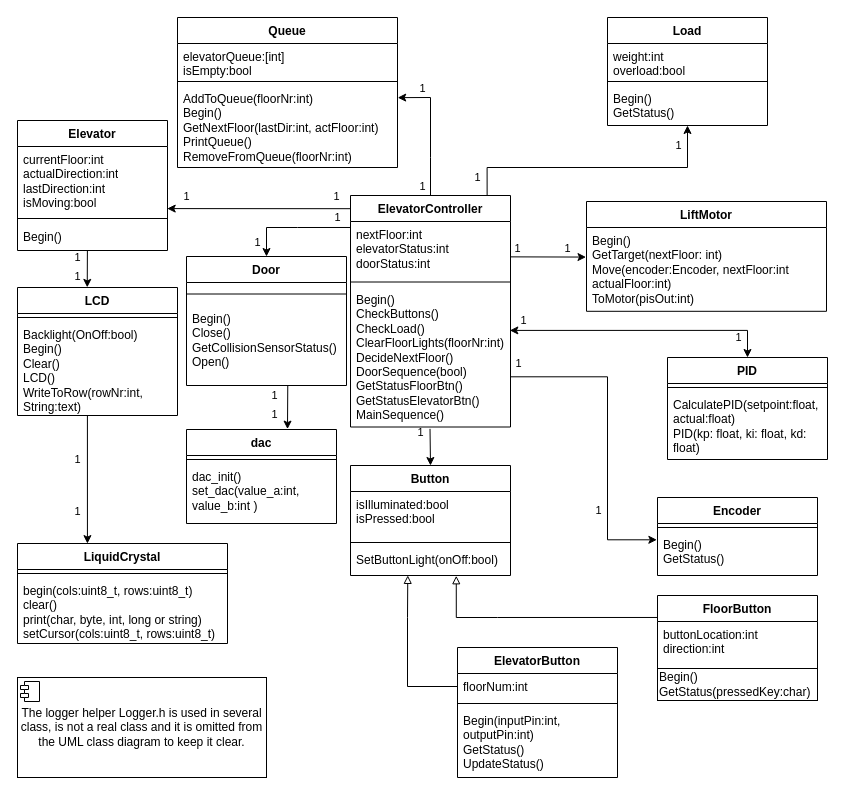
This is Documents/UMLDiagramElevator.drawio from johannesKringlen/MAS246_Project, a draw.io file, before an edit. Source tidied: cells renumbered, new cells numbered last; positions are measured from the earlier drawing's top-left corner, leaving out a move shared by most shapes. Both pictures are drawn from the tidied source at 100%, with x=0, y=0 at pixel (17, 17).
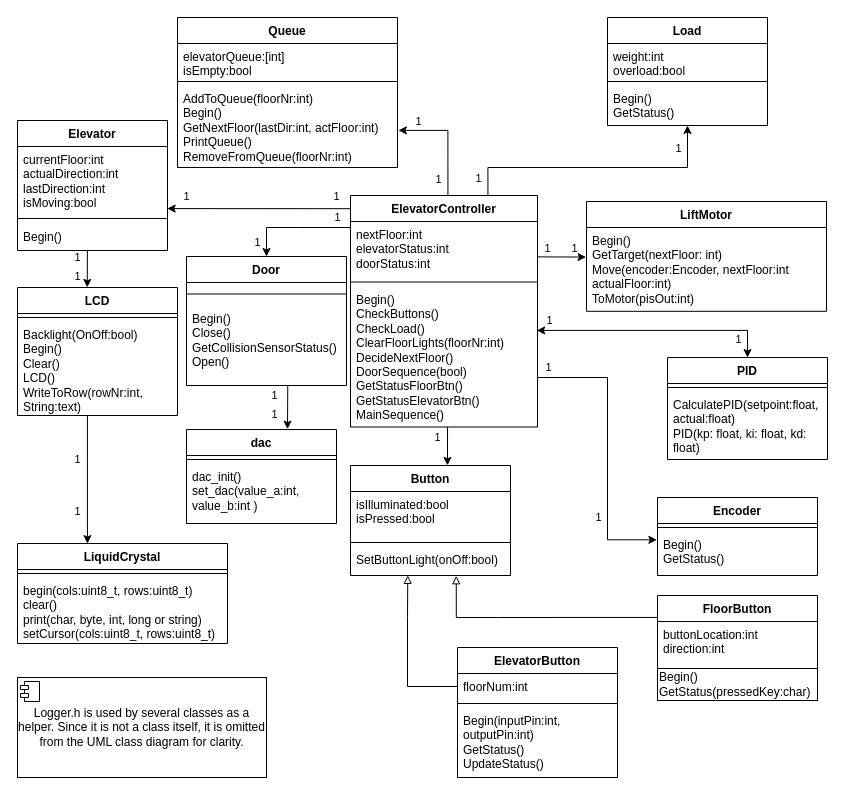
The same diagram, later.

The change refers to these unchanged cells:
```xml
<mxCell id="10" value="Button" style="swimlane;fontStyle=1;align=center;verticalAlign=top;horizontal=1;startSize=26;whiteSpace=wrap;html=1;" parent="1" vertex="1">
  <mxGeometry x="333" y="448" width="160" height="110" as="geometry" />
</mxCell>
<mxCell id="18" style="edgeStyle=none;rounded=0;jettySize=auto;html=1;entryX=0.998;entryY=0.626;entryDx=0;entryDy=0;endArrow=none;endFill=0;entryPerimeter=0;exitX=-0.002;exitY=0.353;exitDx=0;exitDy=0;exitPerimeter=0;startArrow=classic;startFill=1;" parent="1" edge="1" source="17" target="5">
  <mxGeometry relative="1" as="geometry" />
</mxCell>
<mxCell id="27" value="&lt;div&gt;&lt;span style=&quot;background-color: transparent; color: light-dark(#000000, var(--ge-light-color, #ffffff));&quot;&gt;Add&lt;/span&gt;&lt;span style=&quot;background-color: transparent; color: light-dark(rgb(0, 0, 0), rgb(255, 255, 255));&quot;&gt;ToQueue&lt;/span&gt;&lt;span style=&quot;background-color: transparent; color: light-dark(rgb(0, 0, 0), rgb(255, 255, 255));&quot;&gt;(floorNr:int)&lt;/span&gt;&lt;/div&gt;&lt;div&gt;Begin()&lt;/div&gt;GetNextFloor(lastDir:int, actFloor:int)&lt;div&gt;&lt;span style=&quot;background-color: transparent; color: light-dark(#000000, var(--ge-light-color, #ffffff));&quot;&gt;PrintQueue()&lt;/span&gt;&lt;/div&gt;&lt;div&gt;RemoveFrom&lt;span style=&quot;background-color: transparent; color: light-dark(rgb(0, 0, 0), rgb(255, 255, 255));&quot;&gt;Queue&lt;/span&gt;&lt;span style=&quot;background-color: transparent; color: light-dark(rgb(0, 0, 0), rgb(255, 255, 255));&quot;&gt;(&lt;/span&gt;&lt;span style=&quot;background-color: transparent; color: light-dark(#000000, var(--ge-light-color, #ffffff));&quot;&gt;floorNr:int&lt;/span&gt;&lt;span style=&quot;background-color: transparent; color: light-dark(rgb(0, 0, 0), rgb(255, 255, 255));&quot;&gt;)&lt;/span&gt;&lt;/div&gt;&lt;div&gt;&lt;br&gt;&lt;/div&gt;" style="text;strokeColor=none;fillColor=none;align=left;verticalAlign=top;spacingLeft=4;spacingRight=4;overflow=hidden;points=[[0,0.5],[1,0.5]];portConstraint=eastwest;whiteSpace=wrap;html=1;" parent="24" vertex="1">
  <mxGeometry y="68" width="220" height="82" as="geometry" />
</mxCell>
<mxCell id="36" value="Begin()&lt;div&gt;&lt;div&gt;GetStatus()&lt;/div&gt;&lt;/div&gt;" style="text;strokeColor=none;fillColor=none;align=left;verticalAlign=top;spacingLeft=4;spacingRight=4;overflow=hidden;points=[[0,0.5],[1,0.5]];portConstraint=eastwest;whiteSpace=wrap;html=1;" parent="34" vertex="1">
  <mxGeometry y="34" width="160" height="44" as="geometry" />
</mxCell>
<mxCell id="48" value="Load" style="swimlane;fontStyle=1;align=center;verticalAlign=top;horizontal=1;startSize=26;whiteSpace=wrap;html=1;" parent="1" vertex="1">
  <mxGeometry x="590" width="160" height="108" as="geometry" />
</mxCell>
```

Change to the diagram source:
```diff
@@
-    <mxCell id="2" value="1" style="edgeStyle=none;rounded=0;jettySize=auto;html=1;exitX=0.497;exitY=1.013;exitDx=0;exitDy=0;endArrow=classic;endFill=1;entryX=0.5;entryY=0;entryDx=0;entryDy=0;exitPerimeter=0;startArrow=none;startFill=0;" parent="1" edge="1" source="7" target="10">
-      <mxGeometry x="-0.78" y="-10" relative="1" as="geometry" />
+    <mxCell id="2" value="1" style="edgeStyle=none;rounded=0;jettySize=auto;html=1;exitX=0.519;exitY=1;exitDx=0;exitDy=0;endArrow=classic;endFill=1;entryX=0.606;entryY=-0.001;entryDx=0;entryDy=0;exitPerimeter=0;startArrow=none;startFill=0;entryPerimeter=0;" parent="1" edge="1" source="7" target="10">
+      <mxGeometry x="-0.45" y="-10" relative="1" as="geometry" />
     </mxCell>
@@
     <mxCell id="4" value="ElevatorController" style="swimlane;fontStyle=1;align=center;verticalAlign=top;horizontal=1;startSize=26;whiteSpace=wrap;html=1;" parent="1" vertex="1">
-      <mxGeometry x="333" y="178" width="160" height="231.5" as="geometry" />
+      <mxGeometry x="333" y="178" width="187" height="231.5" as="geometry" />
     </mxCell>
     <mxCell id="5" value="nextFloor:int&lt;div&gt;elevatorStatus:int&lt;/div&gt;&lt;div&gt;doorStatus:int&lt;/div&gt;" style="text;strokeColor=none;fillColor=none;align=left;verticalAlign=top;spacingLeft=4;spacingRight=4;overflow=hidden;points=[[0,0.5],[1,0.5]];portConstraint=eastwest;whiteSpace=wrap;html=1;" parent="4" vertex="1">
-      <mxGeometry y="26" width="160" height="56.5" as="geometry" />
+      <mxGeometry y="26" width="187" height="56.5" as="geometry" />
     </mxCell>
     <mxCell id="6" style="line;strokeWidth=1;fillColor=none;align=left;verticalAlign=middle;spacingTop=-1;spacingLeft=3;spacingRight=3;labelPosition=right;strokeColor=inherit;" parent="4" vertex="1">
-      <mxGeometry y="82.5" width="160" height="8" as="geometry" />
+      <mxGeometry y="82.5" width="187" height="8" as="geometry" />
     </mxCell>
     <mxCell id="7" value="&lt;div&gt;Begin()&lt;/div&gt;&lt;div&gt;CheckButtons()&lt;/div&gt;&lt;div&gt;CheckLoad()&lt;/div&gt;&lt;div&gt;ClearFloorLights(floorNr:int)&lt;/div&gt;DecideNextFloor()&lt;div&gt;DoorSequence(bool)&lt;/div&gt;&lt;div&gt;GetStatusFloorBtn()&lt;/div&gt;&lt;div&gt;GetStatusElevatorBtn()&lt;/div&gt;&lt;div&gt;MainSequence()&lt;/div&gt;&lt;div&gt;&lt;br&gt;&lt;/div&gt;" style="text;strokeColor=none;fillColor=none;align=left;verticalAlign=top;spacingLeft=4;spacingRight=4;overflow=hidden;points=[[0,0.5],[1,0.5]];portConstraint=eastwest;whiteSpace=wrap;html=1;" parent="4" vertex="1">
-      <mxGeometry y="90.5" width="160" height="141" as="geometry" />
+      <mxGeometry y="90.5" width="187" height="141" as="geometry" />
     </mxCell>
@@
     <mxCell id="19" value="1" style="edgeLabel;html=1;align=center;verticalAlign=middle;inheritText=1;" parent="18" vertex="1">
       <mxGeometry x="0.5" y="1" relative="1" as="geometry">
-        <mxPoint x="-12" y="-10" as="offset" />
+        <mxPoint x="-2" y="-10" as="offset" />
       </mxGeometry>
     </mxCell>
@@
-    <mxCell id="28" style="edgeStyle=none;rounded=0;jettySize=auto;html=1;endArrow=classic;endFill=1;entryX=1.001;entryY=0.148;entryDx=0;entryDy=0;exitX=0.5;exitY=0;exitDx=0;exitDy=0;startArrow=none;startFill=0;entryPerimeter=0;" parent="1" edge="1" source="4" target="27">
-      <mxGeometry x="-0.11" relative="1" as="geometry">
-        <Array as="points">
-          <mxPoint x="413" y="140" />
-          <mxPoint x="413" y="80" />
-        </Array>
-      </mxGeometry>
-    </mxCell>
-    <mxCell id="29" value="1" style="edgeLabel;html=1;align=center;verticalAlign=middle;inheritText=1;" parent="28" vertex="1">
-      <mxGeometry x="-0.4" y="1" relative="1" as="geometry">
-        <mxPoint x="-8" y="29" as="offset" />
-      </mxGeometry>
-    </mxCell>
-    <mxCell id="30" value="1" style="edgeLabel;html=1;align=center;verticalAlign=middle;inheritText=1;" parent="28" vertex="1">
-      <mxGeometry x="0.56" relative="1" as="geometry">
-        <mxPoint x="-5" y="-10" as="offset" />
-      </mxGeometry>
-    </mxCell>
@@
-    <mxCell id="52" style="edgeStyle=orthogonalEdgeStyle;rounded=0;jettySize=auto;html=1;exitX=0.5;exitY=1;exitDx=0;exitDy=0;entryX=0.854;entryY=-0.001;entryDx=0;entryDy=0;entryPerimeter=0;endArrow=none;endFill=0;startArrow=classic;startFill=1;" parent="1" edge="1" source="48" target="4">
-      <mxGeometry x="0.01" relative="1" as="geometry">
+    <mxCell id="52" style="edgeStyle=orthogonalEdgeStyle;rounded=0;jettySize=auto;html=1;exitX=0.5;exitY=1;exitDx=0;exitDy=0;entryX=0.735;entryY=-0.002;entryDx=0;entryDy=0;entryPerimeter=0;endArrow=none;endFill=0;startArrow=classic;startFill=1;" parent="1" edge="1" source="48" target="4">
+      <mxGeometry x="0.1" relative="1" as="geometry">
         <Array as="points">
           <mxPoint x="670" y="150" />
-          <mxPoint x="469.6" y="150" />
+          <mxPoint x="470.4" y="150" />
         </Array>
       </mxGeometry>
     </mxCell>
     <mxCell id="53" value="1" style="edgeLabel;html=1;align=center;verticalAlign=middle;inheritText=1;" parent="52" vertex="1">
       <mxGeometry x="0.93" relative="1" as="geometry">
-        <mxPoint x="-10" y="-9" as="offset" />
+        <mxPoint x="-10" y="-8" as="offset" />
       </mxGeometry>
     </mxCell>
     <mxCell id="54" value="1" style="edgeLabel;html=1;align=center;verticalAlign=middle;inheritText=1;" parent="52" vertex="1">
-      <mxGeometry x="-0.86" relative="1" as="geometry">
+      <mxGeometry x="-0.84" relative="1" as="geometry">
         <mxPoint x="-10" as="offset" />
       </mxGeometry>
     </mxCell>
-    <mxCell id="55" style="edgeStyle=orthogonalEdgeStyle;rounded=0;jettySize=auto;html=1;exitX=-0.004;exitY=0.189;exitDx=0;exitDy=0;endArrow=none;endFill=0;entryX=0.998;entryY=0.644;entryDx=0;entryDy=0;entryPerimeter=0;startArrow=classic;startFill=1;exitPerimeter=0;" parent="1" edge="1" source="36" target="7">
-      <mxGeometry x="-0.39" relative="1" as="geometry">
+    <mxCell id="55" style="edgeStyle=orthogonalEdgeStyle;rounded=0;jettySize=auto;html=1;exitX=-0.004;exitY=0.189;exitDx=0;exitDy=0;endArrow=none;endFill=0;entryX=1.002;entryY=0.649;entryDx=0;entryDy=0;entryPerimeter=0;startArrow=classic;startFill=1;exitPerimeter=0;" parent="1" edge="1" source="36" target="7">
+      <mxGeometry x="-0.38" relative="1" as="geometry">
         <Array as="points">
           <mxPoint x="590" y="522.3" />
-          <mxPoint x="590" y="359.3" />
+          <mxPoint x="590" y="360" />
         </Array>
       </mxGeometry>
     </mxCell>
     <mxCell id="56" value="1" style="edgeLabel;html=1;align=center;verticalAlign=middle;inheritText=1;" parent="55" vertex="1">
-      <mxGeometry x="0.32" relative="1" as="geometry">
-        <mxPoint x="-90" y="-22" as="offset" />
+      <mxGeometry x="0.33" relative="1" as="geometry">
+        <mxPoint x="-60" y="-35" as="offset" />
       </mxGeometry>
     </mxCell>
@@
-    <mxCell id="79" value="The logger helper Logger.h is used in several class, is not a real class and it is omitted from the UML class diagram to keep it clear." style="html=1;whiteSpace=wrap;" parent="1" vertex="1">
+    <mxCell id="79" value="Logger.h is used by several classes as a helper. Since it is not a class itself, it is omitted from the UML class diagram for clarity." style="html=1;whiteSpace=wrap;" parent="1" vertex="1">
       <mxGeometry y="660" width="249" height="100" as="geometry" />
     </mxCell>
@@
+    <mxCell id="85" style="edgeStyle=orthogonalEdgeStyle;rounded=0;jettySize=auto;html=1;exitX=1.004;exitY=0.547;exitDx=0;exitDy=0;entryX=0.521;entryY=-0.001;entryDx=0;entryDy=0;entryPerimeter=0;endArrow=none;endFill=0;startArrow=classic;startFill=1;exitPerimeter=0;" parent="1" edge="1" source="27" target="4">
+      <mxGeometry x="0.61" relative="1" as="geometry" />
+    </mxCell>
+    <mxCell id="86" value="1" style="edgeLabel;html=1;align=center;verticalAlign=middle;inheritText=1;" parent="85" vertex="1">
+      <mxGeometry x="0.87" relative="1" as="geometry">
+        <mxPoint x="-10" y="-9" as="offset" />
+      </mxGeometry>
+    </mxCell>
+    <mxCell id="87" value="1" style="edgeLabel;html=1;align=center;verticalAlign=middle;inheritText=1;" parent="85" vertex="1">
+      <mxGeometry x="0.08" relative="1" as="geometry">
+        <mxPoint x="-30" y="-22" as="offset" />
+      </mxGeometry>
+    </mxCell>
```
